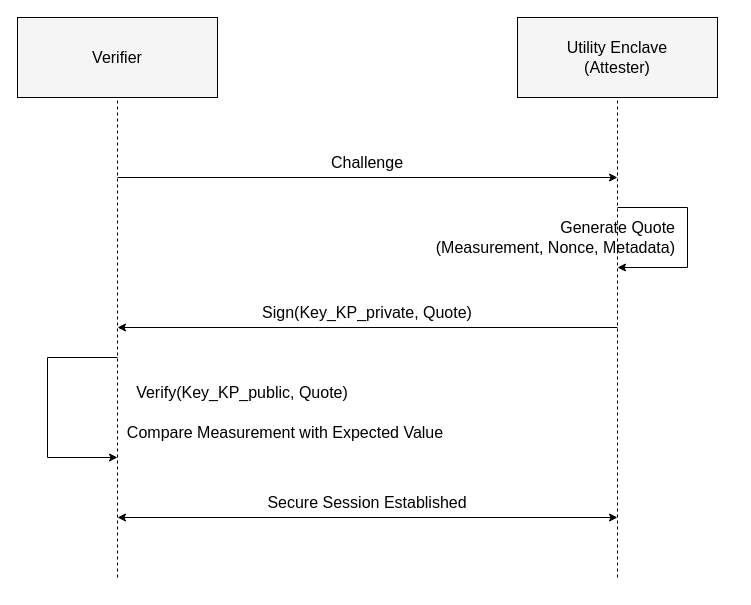
Above: page "第 8 页" (8 of 19) of newarch.drawio in Zou1c/tmp (draw.io), before the change. Source tidied: cells renumbered, new cells numbered last; positions are measured from the earlier drawing's top-left corner, leaving out a move shared by most shapes. Both pictures are drawn from the tidied source at 100%, with x=0, y=0 at pixel (17, 17).
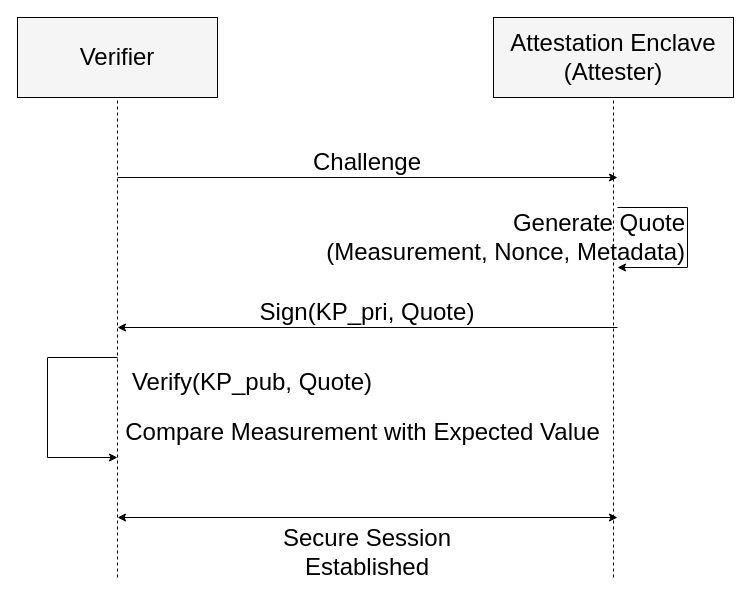
Above is the later version.

The edit, as a diff of the source:
```diff
@@
-    <mxCell id="2" value="Verifier" style="rounded=0;whiteSpace=wrap;html=1;fillColor=#f5f5f5;strokeColor=#000000;fontSize=16;strokeWidth=1;" parent="1" vertex="1">
+    <mxCell id="2" value="Verifier" style="rounded=0;whiteSpace=wrap;html=1;fillColor=#f5f5f5;strokeColor=#000000;fontSize=24;strokeWidth=1;" parent="1" vertex="1">
       <mxGeometry width="200" height="80" as="geometry" />
     </mxCell>
-    <mxCell id="3" value="Utility Enclave&#10;(Attester)" style="rounded=0;whiteSpace=wrap;html=1;fillColor=#f5f5f5;strokeColor=#000000;fontSize=16;strokeWidth=1;" parent="1" vertex="1">
-      <mxGeometry x="500" width="200" height="80" as="geometry" />
+    <mxCell id="3" value="Attestation Enclave&lt;br&gt;(Attester)" style="rounded=0;whiteSpace=wrap;html=1;fillColor=#f5f5f5;strokeColor=#000000;fontSize=24;strokeWidth=1;" parent="1" vertex="1">
+      <mxGeometry x="476" width="240" height="80" as="geometry" />
     </mxCell>
-    <mxCell id="4" style="endArrow=none;dashed=1;html=1;rounded=0;entryX=0.5;entryY=1;entryDx=0;entryDy=0;strokeWidth=1;" parent="1" edge="1" source="17" target="2">
+    <mxCell id="4" style="endArrow=none;dashed=1;html=1;rounded=0;entryX=0.5;entryY=1;entryDx=0;entryDy=0;strokeWidth=1;fontSize=24;" parent="1" edge="1" source="17" target="2">
       <mxGeometry relative="1" as="geometry" />
     </mxCell>
-    <mxCell id="5" style="endArrow=none;dashed=1;html=1;rounded=0;entryX=0.5;entryY=1;entryDx=0;entryDy=0;strokeWidth=1;" parent="1" edge="1" source="18" target="3">
+    <mxCell id="5" style="endArrow=none;dashed=1;html=1;rounded=0;entryX=0.5;entryY=1;entryDx=0;entryDy=0;strokeWidth=1;fontSize=24;" parent="1" edge="1" source="18" target="3">
       <mxGeometry relative="1" as="geometry" />
     </mxCell>
-    <mxCell id="6" style="endArrow=classic;html=1;rounded=0;strokeWidth=1;" parent="1" edge="1">
+    <mxCell id="6" style="endArrow=classic;html=1;rounded=0;strokeWidth=1;fontSize=24;" parent="1" edge="1">
       <mxGeometry relative="1" as="geometry">
         <mxPoint x="100" y="160" as="sourcePoint" />
         <mxPoint x="600" y="160" as="targetPoint" />
       </mxGeometry>
     </mxCell>
-    <mxCell id="7" value="Challenge" style="text;html=1;strokeColor=none;fillColor=none;align=center;verticalAlign=middle;whiteSpace=wrap;rounded=0;fontSize=16;" parent="1" vertex="1">
+    <mxCell id="7" value="Challenge" style="text;html=1;strokeColor=none;fillColor=none;align=center;verticalAlign=middle;whiteSpace=wrap;rounded=0;fontSize=24;" parent="1" vertex="1">
       <mxGeometry x="320" y="130" width="60" height="30" as="geometry" />
     </mxCell>
-    <mxCell id="8" style="endArrow=classic;html=1;rounded=0;strokeWidth=1;edgeStyle=orthogonalEdgeStyle;" parent="1" edge="1">
+    <mxCell id="8" style="endArrow=classic;html=1;rounded=0;strokeWidth=1;edgeStyle=orthogonalEdgeStyle;fontSize=24;" parent="1" edge="1">
       <mxGeometry relative="1" as="geometry">
         <mxPoint x="600" y="190" as="sourcePoint" />
         <mxPoint x="600" y="250" as="targetPoint" />
         <Array as="points">
           <mxPoint x="670" y="190" />
           <mxPoint x="670" y="250" />
           <mxPoint x="600" y="250" />
         </Array>
       </mxGeometry>
     </mxCell>
-    <mxCell id="9" value="Generate Quote&#10;(Measurement, Nonce, Metadata)" style="text;html=1;strokeColor=none;fillColor=none;align=right;verticalAlign=middle;whiteSpace=wrap;rounded=0;fontSize=16;" parent="1" vertex="1">
-      <mxGeometry x="370" y="200" width="290" height="40" as="geometry" />
+    <mxCell id="9" value="Generate Quote&#10;(Measurement, Nonce, Metadata)" style="text;html=1;strokeColor=none;fillColor=none;align=right;verticalAlign=middle;whiteSpace=wrap;rounded=0;fontSize=24;" parent="1" vertex="1">
+      <mxGeometry x="286" y="200" width="384" height="40" as="geometry" />
     </mxCell>
-    <mxCell id="10" style="endArrow=classic;html=1;rounded=0;strokeWidth=1;" parent="1" edge="1">
+    <mxCell id="10" style="endArrow=classic;html=1;rounded=0;strokeWidth=1;fontSize=24;" parent="1" edge="1">
       <mxGeometry relative="1" as="geometry">
         <mxPoint x="600" y="310" as="sourcePoint" />
         <mxPoint x="100" y="310" as="targetPoint" />
       </mxGeometry>
     </mxCell>
-    <mxCell id="11" value="Sign(Key_KP_private, Quote)" style="text;html=1;strokeColor=none;fillColor=none;align=center;verticalAlign=middle;whiteSpace=wrap;rounded=0;fontSize=16;" parent="1" vertex="1">
+    <mxCell id="11" value="Sign(KP_pri, Quote)" style="text;html=1;strokeColor=none;fillColor=none;align=center;verticalAlign=middle;whiteSpace=wrap;rounded=0;fontSize=24;" parent="1" vertex="1">
       <mxGeometry x="240" y="280" width="220" height="30" as="geometry" />
     </mxCell>
-    <mxCell id="12" style="endArrow=classic;html=1;rounded=0;strokeWidth=1;edgeStyle=orthogonalEdgeStyle;" parent="1" edge="1">
+    <mxCell id="12" style="endArrow=classic;html=1;rounded=0;strokeWidth=1;edgeStyle=orthogonalEdgeStyle;fontSize=24;" parent="1" edge="1">
       <mxGeometry relative="1" as="geometry">
         <mxPoint x="100" y="340" as="sourcePoint" />
         <mxPoint x="100" y="440" as="targetPoint" />
         <Array as="points">
           <mxPoint x="30" y="340" />
           <mxPoint x="30" y="440" />
           <mxPoint x="100" y="440" />
         </Array>
       </mxGeometry>
     </mxCell>
-    <mxCell id="13" value="Verify(Key_KP_public, Quote)" style="text;html=1;strokeColor=none;fillColor=none;align=center;verticalAlign=middle;whiteSpace=wrap;rounded=0;fontSize=16;" parent="1" vertex="1">
-      <mxGeometry x="80" y="360" width="290" height="30" as="geometry" />
+    <mxCell id="13" value="Verify(KP_pub, Quote)" style="text;html=1;strokeColor=none;fillColor=none;align=center;verticalAlign=middle;whiteSpace=wrap;rounded=0;fontSize=24;" parent="1" vertex="1">
+      <mxGeometry x="90" y="350" width="290" height="30" as="geometry" />
     </mxCell>
-    <mxCell id="14" value="Compare Measurement with Expected Value" style="text;html=1;strokeColor=none;fillColor=none;align=center;verticalAlign=middle;whiteSpace=wrap;rounded=0;fontSize=16;" parent="1" vertex="1">
-      <mxGeometry x="105" y="400" width="326" height="30" as="geometry" />
+    <mxCell id="14" value="Compare Measurement with Expected Value" style="text;html=1;strokeColor=none;fillColor=none;align=center;verticalAlign=middle;whiteSpace=wrap;rounded=0;fontSize=24;" parent="1" vertex="1">
+      <mxGeometry x="105" y="400" width="481" height="30" as="geometry" />
     </mxCell>
-    <mxCell id="15" style="endArrow=classic;startArrow=classic;html=1;rounded=0;strokeWidth=1;" parent="1" edge="1">
+    <mxCell id="15" style="endArrow=classic;startArrow=classic;html=1;rounded=0;strokeWidth=1;fontSize=24;" parent="1" edge="1">
       <mxGeometry relative="1" as="geometry">
         <mxPoint x="100" y="500" as="sourcePoint" />
         <mxPoint x="600" y="500" as="targetPoint" />
       </mxGeometry>
     </mxCell>
-    <mxCell id="16" value="Secure Session Established" style="text;html=1;strokeColor=none;fillColor=none;align=center;verticalAlign=middle;whiteSpace=wrap;rounded=0;fontSize=16;" parent="1" vertex="1">
-      <mxGeometry x="240" y="470" width="220" height="30" as="geometry" />
+    <mxCell id="16" value="Secure Session Established" style="text;html=1;strokeColor=none;fillColor=none;align=center;verticalAlign=middle;whiteSpace=wrap;rounded=0;fontSize=24;" parent="1" vertex="1">
+      <mxGeometry x="240" y="520" width="220" height="30" as="geometry" />
     </mxCell>
-    <mxCell id="17" style="html=1;points=[];perimeter=orthogonalPerimeter;fillColor=none;strokeColor=none;" parent="1" vertex="1">
+    <mxCell id="17" style="html=1;points=[];perimeter=orthogonalPerimeter;fillColor=none;strokeColor=none;fontSize=24;" parent="1" vertex="1">
       <mxGeometry x="95" y="560" width="10" height="10" as="geometry" />
     </mxCell>
-    <mxCell id="18" style="html=1;points=[];perimeter=orthogonalPerimeter;fillColor=none;strokeColor=none;" parent="1" vertex="1">
+    <mxCell id="18" style="html=1;points=[];perimeter=orthogonalPerimeter;fillColor=none;strokeColor=none;fontSize=24;" parent="1" vertex="1">
       <mxGeometry x="595" y="560" width="10" height="10" as="geometry" />
     </mxCell>
```
